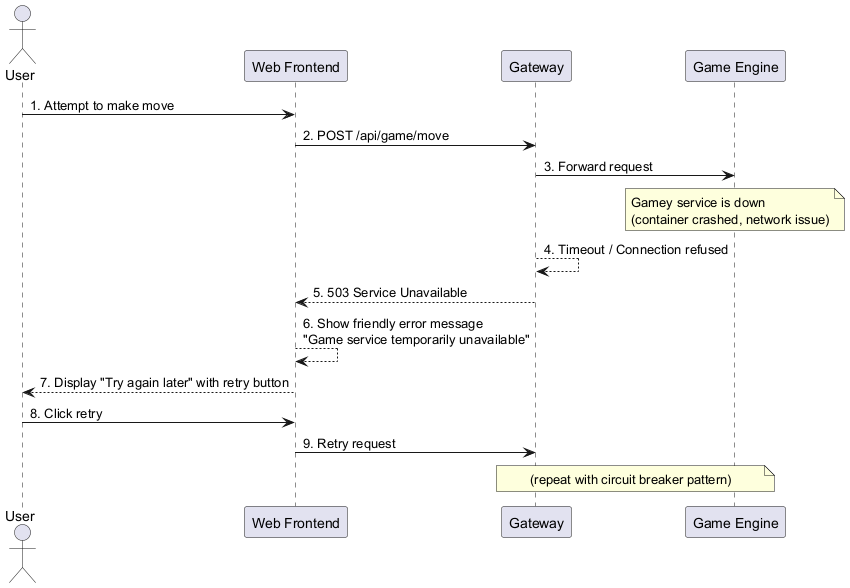
Arquisoft/yovi_en2c keeps this PlantUML diagram as images/Game Engine Down.png. Above is the earlier version.
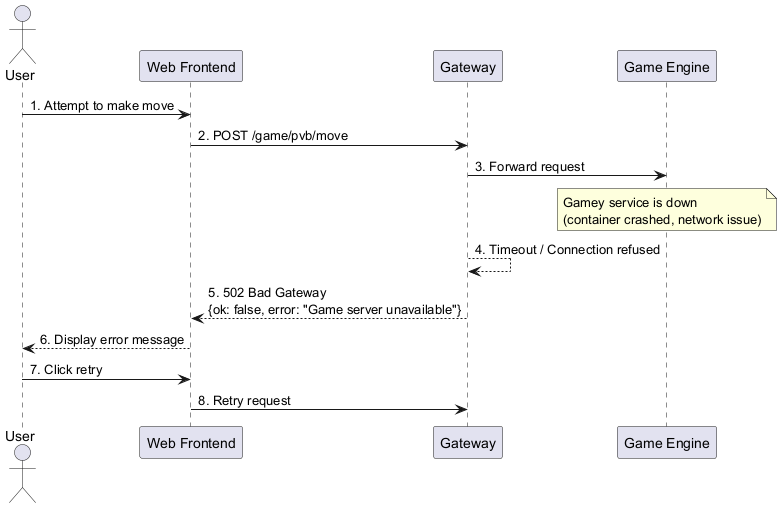
After the change.

What changed in the source:
```diff
@@ -5,19 +5,16 @@
 participant "Game Engine" as Gamey
 
 User -> Webapp: 1. Attempt to make move
-Webapp -> Gateway: 2. POST /api/game/move
+Webapp -> Gateway: 2. POST /game/pvb/move
 Gateway -> Gamey: 3. Forward request
 
 note over Gamey: Gamey service is down\n(container crashed, network issue)
 
 Gateway --> Gateway: 4. Timeout / Connection refused
-Gateway --> Webapp: 5. 503 Service Unavailable
-Webapp --> Webapp: 6. Show friendly error message\n"Game service temporarily unavailable"
-Webapp --> User: 7. Display "Try again later" with retry button
+Gateway --> Webapp: 5. 502 Bad Gateway\n{ok: false, error: "Game server unavailable"}
+Webapp --> User: 6. Display error message
 
-User -> Webapp: 8. Click retry
-Webapp -> Gateway: 9. Retry request
-note over Gateway,Gamey: (repeat with circuit breaker pattern)
-
+User -> Webapp: 7. Click retry
+Webapp -> Gateway: 8. Retry request
 
 @enduml
```
